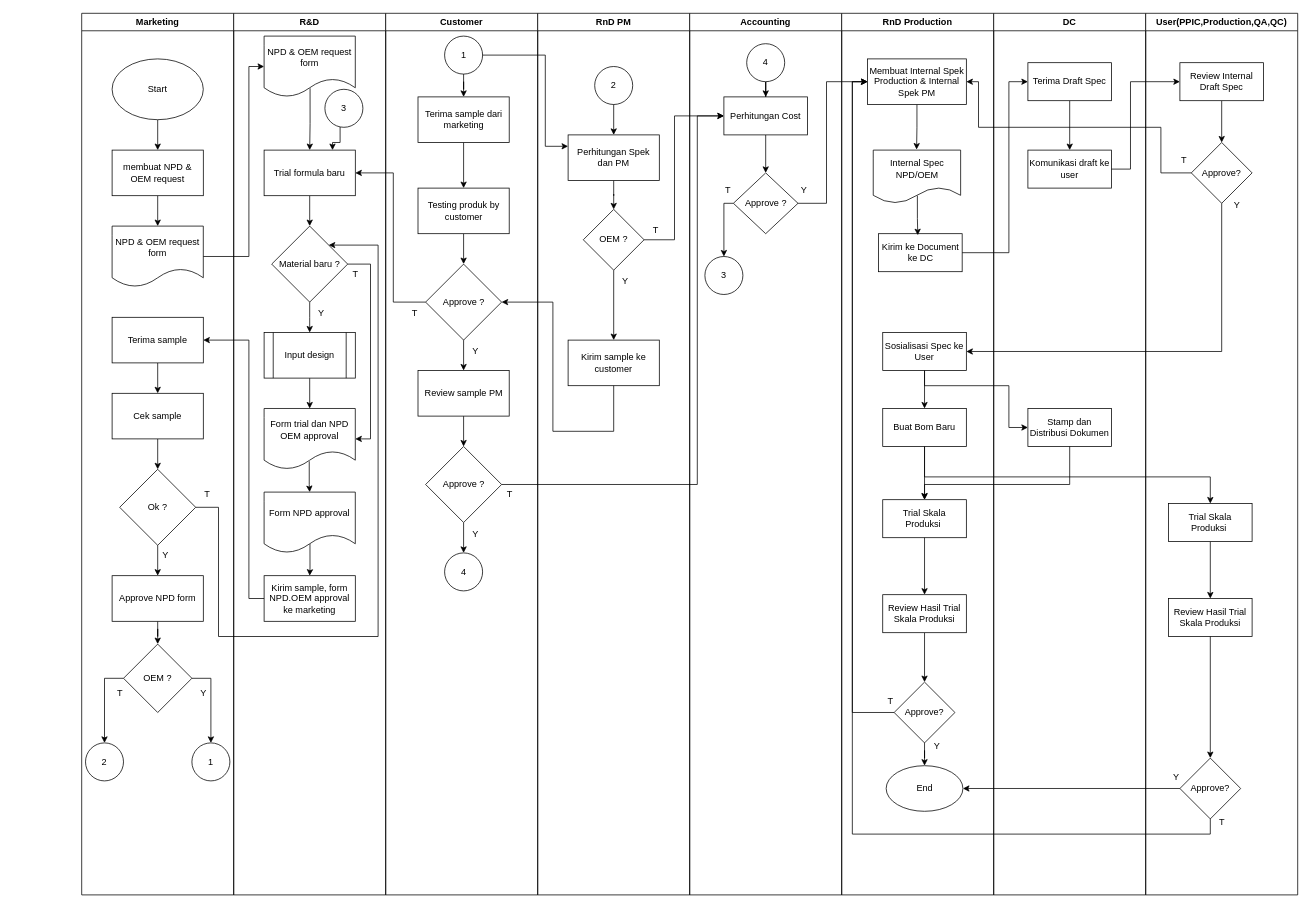
wilhelmus098/pf keeps this draw.io diagram as page "Copy of SOP R&D New Product Launch (Biscuit)" (16 of 28) of SOP Agro.drawio. Above is the earlier version. Source tidied: cells renumbered, new cells numbered last; positions are measured from the earlier drawing's top-left corner, leaving out a move shared by most shapes. Both pictures are drawn from the tidied source at 76%, with x=0, y=0 at pixel (81, 13).
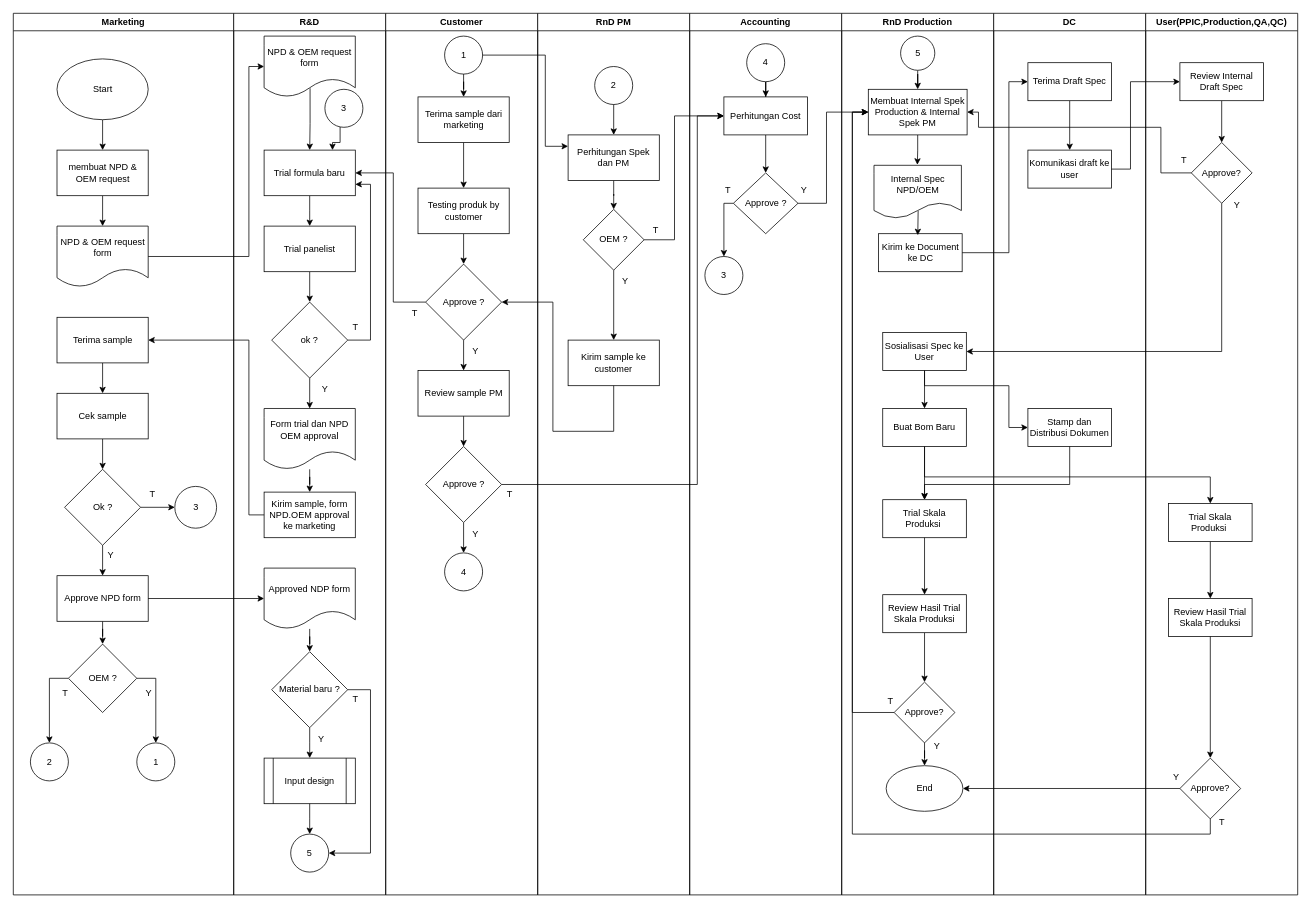
The same diagram, later.

The change refers to these unchanged cells:
```xml
<mxCell id="25" value="R&amp;amp;D" style="swimlane;whiteSpace=wrap;html=1;" parent="1" vertex="1">
  <mxGeometry x="200" width="200" height="1160" as="geometry" />
</mxCell>
<mxCell id="29" value="Trial formula baru" style="rounded=0;whiteSpace=wrap;html=1;" parent="25" vertex="1">
  <mxGeometry x="40" y="180" width="120" height="60" as="geometry" />
</mxCell>
<mxCell id="79" value="Approve ?" style="rhombus;whiteSpace=wrap;html=1;" parent="75" vertex="1">
  <mxGeometry x="57.5" y="210" width="85" height="80" as="geometry" />
</mxCell>
<mxCell id="85" value="RnD Production" style="swimlane;whiteSpace=wrap;html=1;startSize=23;" parent="1" vertex="1">
  <mxGeometry x="1000" width="200" height="1160" as="geometry" />
</mxCell>
<mxCell id="101" value="Approve?" style="rhombus;whiteSpace=wrap;html=1;" parent="85" vertex="1">
  <mxGeometry x="69" y="880" width="80" height="80" as="geometry" />
</mxCell>
<mxCell id="115" value="Approve?" style="rhombus;whiteSpace=wrap;html=1;" parent="112" vertex="1">
  <mxGeometry x="60" y="170" width="80" height="80" as="geometry" />
</mxCell>
<mxCell id="120" value="Approve?" style="rhombus;whiteSpace=wrap;html=1;" parent="112" vertex="1">
  <mxGeometry x="45" y="980" width="80" height="80" as="geometry" />
</mxCell>
```

What changed in the source:
```diff
@@
     <mxCell id="2" value="Marketing" style="swimlane;whiteSpace=wrap;html=1;" parent="1" vertex="1">
-      <mxGeometry width="200" height="1160" as="geometry" />
+      <mxGeometry x="-90" width="290" height="1160" as="geometry" />
     </mxCell>
@@
     <mxCell id="4" value="Start" style="ellipse;whiteSpace=wrap;html=1;" parent="2" vertex="1">
-      <mxGeometry x="40" y="60" width="120" height="80" as="geometry" />
+      <mxGeometry x="57.5" y="60" width="120" height="80" as="geometry" />
     </mxCell>
@@
     <mxCell id="6" value="membuat NPD &amp;amp; OEM request" style="rounded=0;whiteSpace=wrap;html=1;" parent="2" vertex="1">
-      <mxGeometry x="40" y="180" width="120" height="60" as="geometry" />
+      <mxGeometry x="57.5" y="180" width="120" height="60" as="geometry" />
     </mxCell>
     <mxCell id="7" value="NPD &amp;amp; OEM request form" style="shape=document;whiteSpace=wrap;html=1;boundedLbl=1;" parent="2" vertex="1">
-      <mxGeometry x="40" y="280" width="120" height="80" as="geometry" />
+      <mxGeometry x="57.5" y="280" width="120" height="80" as="geometry" />
     </mxCell>
@@
     <mxCell id="9" value="Terima sample" style="rounded=0;whiteSpace=wrap;html=1;" parent="2" vertex="1">
-      <mxGeometry x="40" y="400" width="120" height="60" as="geometry" />
+      <mxGeometry x="57.5" y="400" width="120" height="60" as="geometry" />
     </mxCell>
@@
     <mxCell id="11" value="Cek sample" style="rounded=0;whiteSpace=wrap;html=1;" parent="2" vertex="1">
-      <mxGeometry x="40" y="500" width="120" height="60" as="geometry" />
+      <mxGeometry x="57.5" y="500" width="120" height="60" as="geometry" />
     </mxCell>
+    <mxCell id="138" style="edgeStyle=orthogonalEdgeStyle;rounded=0;jettySize=auto;html=1;" parent="2" edge="1" source="12" target="139">
+      <mxGeometry relative="1" as="geometry" />
+    </mxCell>
     <mxCell id="12" value="Ok ?" style="rhombus;whiteSpace=wrap;html=1;" parent="2" vertex="1">
-      <mxGeometry x="50" y="600" width="100" height="100" as="geometry" />
+      <mxGeometry x="67.5" y="600" width="100" height="100" as="geometry" />
     </mxCell>
     <mxCell id="13" value="T" style="text;html=1;align=center;verticalAlign=middle;strokeColor=none;fillColor=none;" parent="2" vertex="1">
-      <mxGeometry x="150" y="618" width="30" height="30" as="geometry" />
+      <mxGeometry x="167.5" y="618" width="30" height="30" as="geometry" />
     </mxCell>
@@
     <mxCell id="16" value="Approve NPD form" style="rounded=0;whiteSpace=wrap;html=1;" parent="2" vertex="1">
-      <mxGeometry x="40" y="740" width="120" height="60" as="geometry" />
+      <mxGeometry x="57.5" y="740" width="120" height="60" as="geometry" />
     </mxCell>
     <mxCell id="17" value="Y" style="text;html=1;align=center;verticalAlign=middle;strokeColor=none;fillColor=none;" parent="2" vertex="1">
-      <mxGeometry x="95" y="698" width="30" height="30" as="geometry" />
+      <mxGeometry x="112.5" y="698" width="30" height="30" as="geometry" />
     </mxCell>
     <mxCell id="18" style="edgeStyle=orthogonalEdgeStyle;rounded=0;jettySize=auto;html=1;entryX=0.5;entryY=0;entryDx=0;entryDy=0;" parent="2" edge="1" source="20" target="22">
       <mxGeometry relative="1" as="geometry">
         <Array as="points">
-          <mxPoint x="30" y="875" />
+          <mxPoint x="47.5" y="875" />
         </Array>
       </mxGeometry>
     </mxCell>
     <mxCell id="19" style="edgeStyle=orthogonalEdgeStyle;rounded=0;jettySize=auto;html=1;entryX=0.5;entryY=0;entryDx=0;entryDy=0;" parent="2" edge="1" source="20" target="23">
       <mxGeometry relative="1" as="geometry">
         <Array as="points">
-          <mxPoint x="170" y="875" />
+          <mxPoint x="187.5" y="875" />
         </Array>
       </mxGeometry>
     </mxCell>
     <mxCell id="20" value="OEM ?" style="rhombus;whiteSpace=wrap;html=1;" parent="2" vertex="1">
-      <mxGeometry x="55" y="830" width="90" height="90" as="geometry" />
+      <mxGeometry x="72.5" y="830" width="90" height="90" as="geometry" />
     </mxCell>
     <mxCell id="21" value="Y" style="text;html=1;align=center;verticalAlign=middle;strokeColor=none;fillColor=none;" parent="2" vertex="1">
-      <mxGeometry x="145" y="880" width="30" height="30" as="geometry" />
+      <mxGeometry x="162.5" y="880" width="30" height="30" as="geometry" />
     </mxCell>
     <mxCell id="22" value="2" style="ellipse;whiteSpace=wrap;html=1;" parent="2" vertex="1">
-      <mxGeometry x="5" y="960" width="50" height="50" as="geometry" />
+      <mxGeometry x="22.5" y="960" width="50" height="50" as="geometry" />
     </mxCell>
     <mxCell id="23" value="1" style="ellipse;whiteSpace=wrap;html=1;" parent="2" vertex="1">
-      <mxGeometry x="145" y="960" width="50" height="50" as="geometry" />
+      <mxGeometry x="162.5" y="960" width="50" height="50" as="geometry" />
     </mxCell>
     <mxCell id="24" value="T" style="text;html=1;align=center;verticalAlign=middle;strokeColor=none;fillColor=none;" parent="2" vertex="1">
-      <mxGeometry x="35" y="880" width="30" height="30" as="geometry" />
+      <mxGeometry x="52.5" y="880" width="30" height="30" as="geometry" />
     </mxCell>
+    <mxCell id="139" value="3" style="ellipse;whiteSpace=wrap;html=1;" parent="2" vertex="1">
+      <mxGeometry x="212.5" y="622.5" width="55" height="55" as="geometry" />
+    </mxCell>
@@
-    <mxCell id="28" style="edgeStyle=orthogonalEdgeStyle;rounded=0;jettySize=auto;html=1;" parent="25" edge="1" source="29" target="31">
-      <mxGeometry relative="1" as="geometry" />
+    <mxCell id="28" style="edgeStyle=orthogonalEdgeStyle;rounded=0;jettySize=auto;html=1;" parent="25" edge="1" source="29">
+      <mxGeometry relative="1" as="geometry">
+        <mxPoint x="100" y="280" as="targetPoint" />
+      </mxGeometry>
     </mxCell>
@@
-    <mxCell id="30" style="edgeStyle=orthogonalEdgeStyle;rounded=0;jettySize=auto;html=1;" parent="25" edge="1" source="31">
-      <mxGeometry relative="1" as="geometry">
-        <mxPoint x="100" y="420" as="targetPoint" />
-      </mxGeometry>
-    </mxCell>
-    <mxCell id="31" value="Material baru ?" style="rhombus;whiteSpace=wrap;html=1;" parent="25" vertex="1">
-      <mxGeometry x="50" y="280" width="100" height="100" as="geometry" />
-    </mxCell>
-    <mxCell id="32" value="Y" style="text;html=1;align=center;verticalAlign=middle;strokeColor=none;fillColor=none;" parent="25" vertex="1">
-      <mxGeometry x="100" y="380" width="30" height="30" as="geometry" />
-    </mxCell>
-    <mxCell id="33" style="edgeStyle=orthogonalEdgeStyle;rounded=0;jettySize=auto;html=1;" parent="25" edge="1" source="34" target="36">
-      <mxGeometry relative="1" as="geometry" />
-    </mxCell>
-    <mxCell id="34" value="Input design" style="shape=process;whiteSpace=wrap;html=1;backgroundOutline=1;" parent="25" vertex="1">
-      <mxGeometry x="40" y="420" width="120" height="60" as="geometry" />
-    </mxCell>
-    <mxCell id="35" style="edgeStyle=orthogonalEdgeStyle;rounded=0;jettySize=auto;html=1;exitX=0.495;exitY=0.868;exitDx=0;exitDy=0;exitPerimeter=0;" parent="25" edge="1" source="36" target="40">
-      <mxGeometry relative="1" as="geometry" />
-    </mxCell>
-    <mxCell id="36" value="Form trial dan NPD OEM approval" style="shape=document;whiteSpace=wrap;html=1;boundedLbl=1;" parent="25" vertex="1">
-      <mxGeometry x="40" y="520" width="120" height="80" as="geometry" />
-    </mxCell>
-    <mxCell id="37" style="endArrow=classic;html=1;rounded=0;exitX=1;exitY=0.5;exitDx=0;exitDy=0;entryX=1;entryY=0.5;entryDx=0;entryDy=0;" parent="25" edge="1" source="31" target="36">
-      <mxGeometry relative="1" as="geometry">
-        <Array as="points">
-          <mxPoint x="180" y="330" />
-          <mxPoint x="180" y="560" />
-        </Array>
-      </mxGeometry>
-    </mxCell>
-    <mxCell id="38" value="T" style="text;html=1;align=center;verticalAlign=middle;strokeColor=none;fillColor=none;" parent="25" vertex="1">
-      <mxGeometry x="145" y="328" width="30" height="30" as="geometry" />
-    </mxCell>
-    <mxCell id="39" style="edgeStyle=orthogonalEdgeStyle;rounded=0;jettySize=auto;html=1;exitX=0.503;exitY=0.849;exitDx=0;exitDy=0;exitPerimeter=0;" parent="25" edge="1" source="40" target="41">
-      <mxGeometry relative="1" as="geometry" />
-    </mxCell>
-    <mxCell id="40" value="Form NPD approval" style="shape=document;whiteSpace=wrap;html=1;boundedLbl=1;" parent="25" vertex="1">
-      <mxGeometry x="40" y="630" width="120" height="80" as="geometry" />
-    </mxCell>
-    <mxCell id="41" value="Kirim sample, form NPD.OEM approval ke marketing" style="rounded=0;whiteSpace=wrap;html=1;" parent="25" vertex="1">
-      <mxGeometry x="40" y="740" width="120" height="60" as="geometry" />
-    </mxCell>
@@
+    <mxCell id="140" style="edgeStyle=orthogonalEdgeStyle;rounded=0;jettySize=auto;html=1;" parent="25" edge="1" source="141" target="144">
+      <mxGeometry relative="1" as="geometry" />
+    </mxCell>
+    <mxCell id="141" value="Trial panelist" style="rounded=0;whiteSpace=wrap;html=1;" parent="25" vertex="1">
+      <mxGeometry x="40" y="280" width="120" height="60" as="geometry" />
+    </mxCell>
+    <mxCell id="142" style="edgeStyle=orthogonalEdgeStyle;rounded=0;jettySize=auto;html=1;" parent="25" edge="1" source="144" target="36">
+      <mxGeometry relative="1" as="geometry" />
+    </mxCell>
+    <mxCell id="143" style="edgeStyle=orthogonalEdgeStyle;rounded=0;jettySize=auto;html=1;entryX=1;entryY=0.75;entryDx=0;entryDy=0;" parent="25" edge="1" source="144" target="29">
+      <mxGeometry relative="1" as="geometry">
+        <Array as="points">
+          <mxPoint x="180" y="430" />
+          <mxPoint x="180" y="225" />
+        </Array>
+      </mxGeometry>
+    </mxCell>
+    <mxCell id="144" value="ok ?" style="rhombus;whiteSpace=wrap;html=1;" parent="25" vertex="1">
+      <mxGeometry x="50" y="380" width="100" height="100" as="geometry" />
+    </mxCell>
+    <mxCell id="145" style="edgeStyle=orthogonalEdgeStyle;rounded=0;jettySize=auto;html=1;" parent="25" edge="1" source="36" target="41">
+      <mxGeometry relative="1" as="geometry" />
+    </mxCell>
+    <mxCell id="36" value="Form trial dan NPD OEM approval" style="shape=document;whiteSpace=wrap;html=1;boundedLbl=1;" parent="25" vertex="1">
+      <mxGeometry x="40" y="520" width="120" height="80" as="geometry" />
+    </mxCell>
+    <mxCell id="146" value="Y" style="text;html=1;align=center;verticalAlign=middle;strokeColor=none;fillColor=none;" parent="25" vertex="1">
+      <mxGeometry x="105" y="480" width="30" height="30" as="geometry" />
+    </mxCell>
+    <mxCell id="41" value="Kirim sample, form NPD.OEM approval ke marketing" style="rounded=0;whiteSpace=wrap;html=1;" parent="25" vertex="1">
+      <mxGeometry x="40" y="630" width="120" height="60" as="geometry" />
+    </mxCell>
+    <mxCell id="147" style="edgeStyle=orthogonalEdgeStyle;rounded=0;jettySize=auto;html=1;" parent="25" edge="1" source="148" target="31">
+      <mxGeometry relative="1" as="geometry" />
+    </mxCell>
+    <mxCell id="148" value="Approved NDP form" style="shape=document;whiteSpace=wrap;html=1;boundedLbl=1;" parent="25" vertex="1">
+      <mxGeometry x="40" y="730" width="120" height="80" as="geometry" />
+    </mxCell>
+    <mxCell id="149" style="edgeStyle=orthogonalEdgeStyle;rounded=0;jettySize=auto;html=1;" parent="25" edge="1" source="31">
+      <mxGeometry relative="1" as="geometry">
+        <mxPoint x="100" y="980" as="targetPoint" />
+      </mxGeometry>
+    </mxCell>
+    <mxCell id="31" value="Material baru ?" style="rhombus;whiteSpace=wrap;html=1;" parent="25" vertex="1">
+      <mxGeometry x="50" y="840" width="100" height="100" as="geometry" />
+    </mxCell>
+    <mxCell id="150" value="Y" style="text;html=1;align=center;verticalAlign=middle;strokeColor=none;fillColor=none;" parent="25" vertex="1">
+      <mxGeometry x="100" y="940" width="30" height="30" as="geometry" />
+    </mxCell>
+    <mxCell id="34" value="Input design" style="shape=process;whiteSpace=wrap;html=1;backgroundOutline=1;" parent="25" vertex="1">
+      <mxGeometry x="40" y="980" width="120" height="60" as="geometry" />
+    </mxCell>
+    <mxCell id="151" style="edgeStyle=orthogonalEdgeStyle;rounded=0;jettySize=auto;html=1;" parent="25" edge="1" source="34">
+      <mxGeometry relative="1" as="geometry">
+        <mxPoint x="100" y="1080" as="targetPoint" />
+      </mxGeometry>
+    </mxCell>
+    <mxCell id="152" style="endArrow=classic;html=1;rounded=0;exitX=1;exitY=0.5;exitDx=0;exitDy=0;entryX=1;entryY=0.5;entryDx=0;entryDy=0;" parent="25" edge="1" source="31" target="154">
+      <mxGeometry relative="1" as="geometry">
+        <Array as="points">
+          <mxPoint x="180" y="890" />
+          <mxPoint x="180" y="1105" />
+        </Array>
+      </mxGeometry>
+    </mxCell>
+    <mxCell id="153" value="T" style="text;html=1;align=center;verticalAlign=middle;strokeColor=none;fillColor=none;" parent="25" vertex="1">
+      <mxGeometry x="145" y="888" width="30" height="30" as="geometry" />
+    </mxCell>
+    <mxCell id="154" value="5" style="ellipse;whiteSpace=wrap;html=1;" parent="25" vertex="1">
+      <mxGeometry x="75" y="1080" width="50" height="50" as="geometry" />
+    </mxCell>
@@
     <mxCell id="63" style="endArrow=classic;html=1;rounded=0;exitX=0;exitY=0.5;exitDx=0;exitDy=0;entryX=1;entryY=0.5;entryDx=0;entryDy=0;" parent="1" edge="1" source="41" target="9">
       <mxGeometry relative="1" as="geometry">
         <Array as="points">
-          <mxPoint x="220" y="770" />
+          <mxPoint x="220" y="660" />
           <mxPoint x="220" y="430" />
         </Array>
       </mxGeometry>
     </mxCell>
-    <mxCell id="64" style="endArrow=classic;html=1;rounded=0;exitX=1;exitY=0.5;exitDx=0;exitDy=0;entryX=1;entryY=0;entryDx=0;entryDy=0;" parent="1" edge="1" source="12" target="31">
-      <mxGeometry relative="1" as="geometry">
-        <Array as="points">
-          <mxPoint x="180" y="650" />
-          <mxPoint x="180" y="820" />
-          <mxPoint x="390" y="820" />
-          <mxPoint x="390" y="305" />
-        </Array>
-      </mxGeometry>
-    </mxCell>
@@
     <mxCell id="87" value="Membuat Internal Spek Production &amp;amp; Internal Spek PM" style="rounded=0;whiteSpace=wrap;html=1;" parent="85" vertex="1">
-      <mxGeometry x="34" y="60" width="130" height="60" as="geometry" />
+      <mxGeometry x="35" y="100" width="130" height="60" as="geometry" />
     </mxCell>
     <mxCell id="88" value="Internal Spec NPD/OEM" style="shape=document;whiteSpace=wrap;html=1;boundedLbl=1;" parent="85" vertex="1">
-      <mxGeometry x="41.5" y="180" width="115" height="70" as="geometry" />
+      <mxGeometry x="42.5" y="200" width="115" height="70" as="geometry" />
     </mxCell>
@@
     <mxCell id="99" style="edgeStyle=orthogonalEdgeStyle;rounded=0;jettySize=auto;html=1;entryX=0;entryY=0.5;entryDx=0;entryDy=0;" parent="85" edge="1" source="101" target="87">
       <mxGeometry relative="1" as="geometry">
         <Array as="points">
           <mxPoint x="14" y="920" />
-          <mxPoint x="14" y="90" />
+          <mxPoint x="14" y="130" />
         </Array>
       </mxGeometry>
     </mxCell>
@@
+    <mxCell id="155" style="edgeStyle=orthogonalEdgeStyle;rounded=0;jettySize=auto;html=1;" parent="85" edge="1" source="156" target="87">
+      <mxGeometry relative="1" as="geometry" />
+    </mxCell>
+    <mxCell id="156" value="5" style="ellipse;whiteSpace=wrap;html=1;" parent="85" vertex="1">
+      <mxGeometry x="77.5" y="30" width="45" height="45" as="geometry" />
+    </mxCell>
     <mxCell id="105" style="edgeStyle=orthogonalEdgeStyle;rounded=0;jettySize=auto;html=1;entryX=0;entryY=0.5;entryDx=0;entryDy=0;" parent="1" edge="1" source="79" target="87">
       <mxGeometry relative="1" as="geometry">
         <Array as="points">
           <mxPoint x="980" y="250" />
-          <mxPoint x="980" y="90" />
+          <mxPoint x="980" y="130" />
         </Array>
       </mxGeometry>
     </mxCell>
@@
     <mxCell id="123" style="edgeStyle=orthogonalEdgeStyle;rounded=0;jettySize=auto;html=1;entryX=1;entryY=0.5;entryDx=0;entryDy=0;" parent="1" edge="1" source="115" target="87">
       <mxGeometry relative="1" as="geometry">
         <Array as="points">
           <mxPoint x="1420" y="210" />
           <mxPoint x="1420" y="150" />
           <mxPoint x="1180" y="150" />
-          <mxPoint x="1180" y="90" />
+          <mxPoint x="1180" y="130" />
         </Array>
       </mxGeometry>
     </mxCell>
@@
     <mxCell id="130" style="edgeStyle=orthogonalEdgeStyle;rounded=0;jettySize=auto;html=1;entryX=0;entryY=0.5;entryDx=0;entryDy=0;" parent="1" edge="1" source="120" target="87">
       <mxGeometry relative="1" as="geometry">
         <Array as="points">
           <mxPoint x="1485" y="1080" />
           <mxPoint x="1014" y="1080" />
-          <mxPoint x="1014" y="90" />
+          <mxPoint x="1014" y="130" />
         </Array>
       </mxGeometry>
     </mxCell>
@@
+    <mxCell id="157" value="T" style="text;html=1;align=center;verticalAlign=middle;strokeColor=none;fillColor=none;" parent="1" vertex="1">
+      <mxGeometry x="345" y="398" width="30" height="30" as="geometry" />
+    </mxCell>
+    <mxCell id="158" style="edgeStyle=orthogonalEdgeStyle;rounded=0;jettySize=auto;html=1;exitX=1;exitY=0.5;exitDx=0;exitDy=0;" parent="1" edge="1" source="16" target="148">
+      <mxGeometry relative="1" as="geometry" />
+    </mxCell>
```
